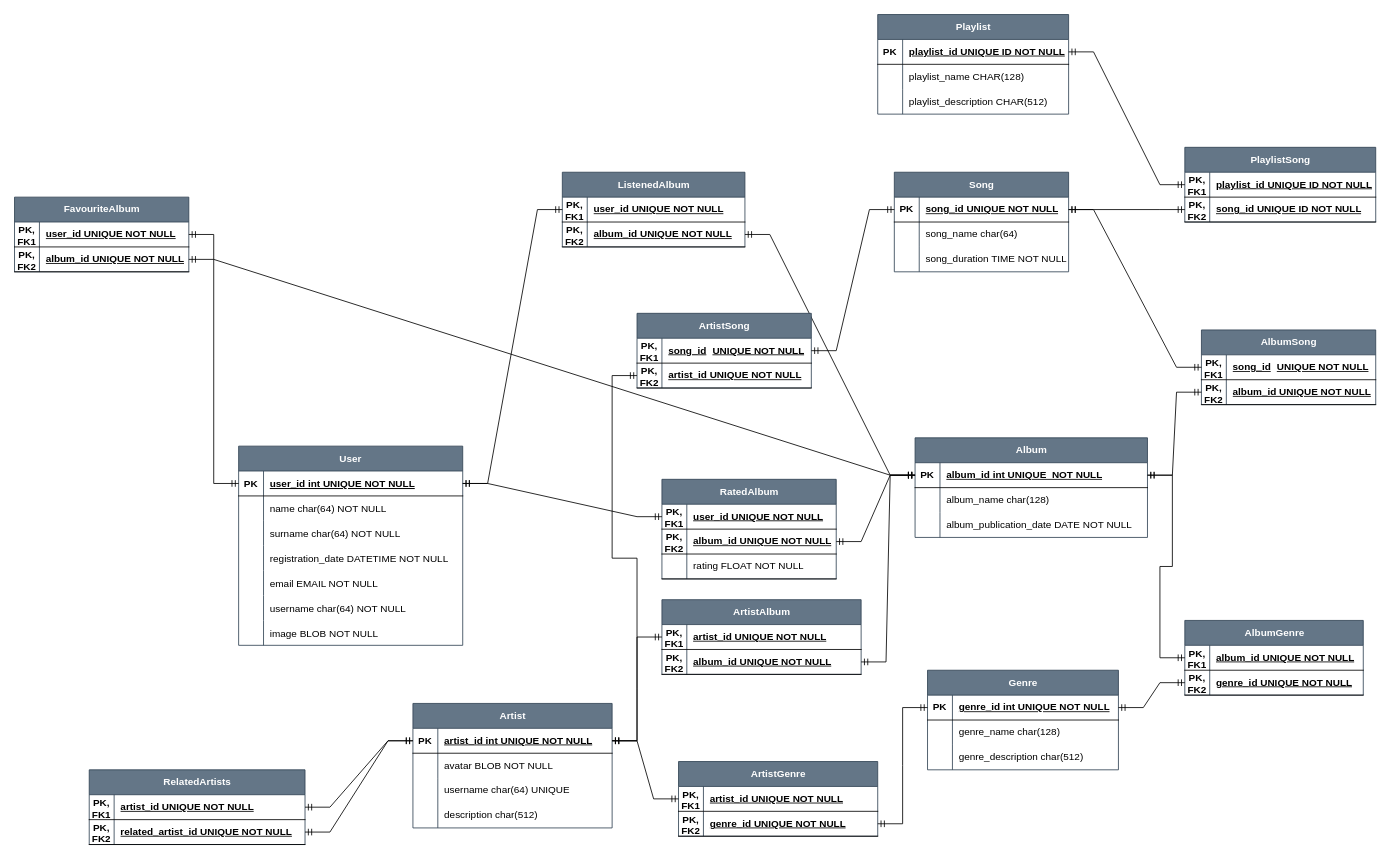
The draw.io diagram docs/ERD-диаграмма.drawio in lefffty/PlaybackJournal, before the edit. Source tidied: cells renumbered, new cells numbered last; positions are measured from the earlier drawing's top-left corner, leaving out a move shared by most shapes. Both pictures are drawn from the tidied source at 83%, with x=0, y=0 at pixel (-110, 14).
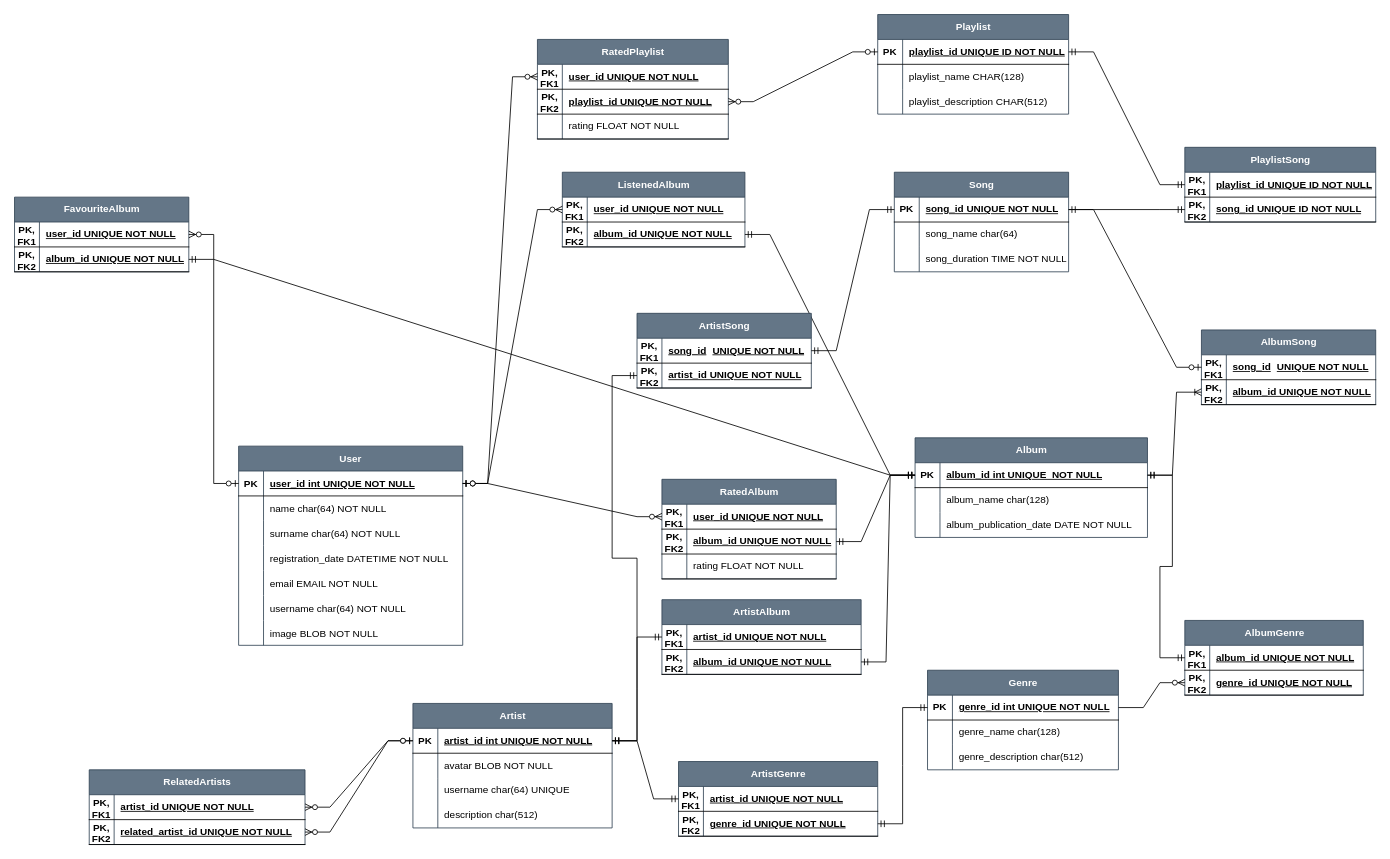
After the change.

The change refers to these unchanged cells:
```xml
<mxCell id="3" style="shape=partialRectangle;fillColor=none;points=[[0,0.5],[1,0.5]];portConstraint=eastwest;top=0;left=0;right=0;bottom=1;" parent="2" vertex="1">
  <mxGeometry y="30" width="270" height="30" as="geometry" />
</mxCell>
<mxCell id="25" style="shape=tableRow;horizontal=0;startSize=0;swimlaneHead=0;swimlaneBody=0;fillColor=none;points=[[0,0.5],[1,0.5]];portConstraint=eastwest;top=0;left=0;right=0;bottom=1;" parent="24" vertex="1">
  <mxGeometry y="30" width="240" height="30" as="geometry" />
</mxCell>
<mxCell id="38" style="shape=tableRow;horizontal=0;startSize=0;swimlaneHead=0;swimlaneBody=0;fillColor=none;points=[[0,0.5],[1,0.5]];portConstraint=eastwest;top=0;left=0;right=0;bottom=1;" parent="37" vertex="1">
  <mxGeometry y="30" width="280" height="30" as="geometry" />
</mxCell>
<mxCell id="48" style="shape=tableRow;horizontal=0;startSize=0;swimlaneHead=0;swimlaneBody=0;fillColor=none;points=[[0,0.5],[1,0.5]];portConstraint=eastwest;top=0;left=0;right=0;bottom=1;" parent="47" vertex="1">
  <mxGeometry y="30" width="230" height="30" as="geometry" />
</mxCell>
<mxCell id="58" style="shape=tableRow;horizontal=0;startSize=0;swimlaneHead=0;swimlaneBody=0;fillColor=none;points=[[0,0.5],[1,0.5]];portConstraint=eastwest;top=0;left=0;right=0;bottom=1;" parent="57" vertex="1">
  <mxGeometry y="30" width="260" height="30" as="geometry" />
</mxCell>
<mxCell id="61" style="shape=tableRow;horizontal=0;startSize=0;swimlaneHead=0;swimlaneBody=0;fillColor=none;points=[[0,0.5],[1,0.5]];portConstraint=eastwest;top=0;left=0;right=0;bottom=1;" parent="57" vertex="1">
  <mxGeometry y="60" width="260" height="30" as="geometry" />
</mxCell>
<mxCell id="75" style="shape=tableRow;horizontal=0;startSize=0;swimlaneHead=0;swimlaneBody=0;fillColor=none;points=[[0,0.5],[1,0.5]];portConstraint=eastwest;top=0;left=0;right=0;bottom=1;" parent="71" vertex="1">
  <mxGeometry y="60" width="215" height="30" as="geometry" />
</mxCell>
<mxCell id="79" style="shape=tableRow;horizontal=0;startSize=0;swimlaneHead=0;swimlaneBody=0;fillColor=none;points=[[0,0.5],[1,0.5]];portConstraint=eastwest;top=0;left=0;right=0;bottom=1;" parent="78" vertex="1">
  <mxGeometry y="30" width="210" height="30" as="geometry" />
</mxCell>
<mxCell id="86" style="shape=tableRow;horizontal=0;startSize=0;swimlaneHead=0;swimlaneBody=0;fillColor=none;points=[[0,0.5],[1,0.5]];portConstraint=eastwest;top=0;left=0;right=0;bottom=1;" parent="85" vertex="1">
  <mxGeometry y="30" width="220" height="30" as="geometry" />
</mxCell>
<mxCell id="93" style="shape=tableRow;horizontal=0;startSize=0;swimlaneHead=0;swimlaneBody=0;fillColor=none;points=[[0,0.5],[1,0.5]];portConstraint=eastwest;top=0;left=0;right=0;bottom=1;" parent="92" vertex="1">
  <mxGeometry y="30" width="210" height="30" as="geometry" />
</mxCell>
<mxCell id="103" style="shape=tableRow;horizontal=0;startSize=0;swimlaneHead=0;swimlaneBody=0;fillColor=none;points=[[0,0.5],[1,0.5]];portConstraint=eastwest;top=0;left=0;right=0;bottom=1;" parent="102" vertex="1">
  <mxGeometry y="30" width="230" height="30" as="geometry" />
</mxCell>
<mxCell id="113" style="shape=tableRow;horizontal=0;startSize=0;swimlaneHead=0;swimlaneBody=0;fillColor=none;points=[[0,0.5],[1,0.5]];portConstraint=eastwest;top=0;left=0;right=0;bottom=1;" parent="112" vertex="1">
  <mxGeometry y="30" width="210" height="30" as="geometry" />
</mxCell>
<mxCell id="138" style="shape=tableRow;horizontal=0;startSize=0;swimlaneHead=0;swimlaneBody=0;fillColor=none;points=[[0,0.5],[1,0.5]];portConstraint=eastwest;top=0;left=0;right=0;bottom=1;" parent="137" vertex="1">
  <mxGeometry y="30" width="210" height="30" as="geometry" />
</mxCell>
<mxCell id="141" style="shape=tableRow;horizontal=0;startSize=0;swimlaneHead=0;swimlaneBody=0;fillColor=none;points=[[0,0.5],[1,0.5]];portConstraint=eastwest;top=0;left=0;right=0;bottom=1;" parent="137" vertex="1">
  <mxGeometry y="60" width="210" height="30" as="geometry" />
</mxCell>
```

Change to the diagram source:
```diff
@@
-    <mxCell id="132" style="edgeStyle=entityRelationEdgeStyle;fontSize=12;html=1;endArrow=ERmandOne;startArrow=ERmandOne;rounded=0;exitX=1;exitY=0.5;exitDx=0;exitDy=0;entryX=0;entryY=0.5;entryDx=0;entryDy=0;" parent="1" edge="1" source="48" target="75">
-      <mxGeometry relative="1" as="geometry" />
-    </mxCell>
-    <mxCell id="133" style="edgeStyle=entityRelationEdgeStyle;fontSize=12;html=1;endArrow=ERmandOne;startArrow=ERmandOne;rounded=0;exitX=1;exitY=0.5;exitDx=0;exitDy=0;entryX=0;entryY=0.5;entryDx=0;entryDy=0;" parent="1" edge="1" source="61" target="25">
-      <mxGeometry relative="1" as="geometry">
-        <Array as="points">
-          <mxPoint x="435" y="950" />
-        </Array>
-      </mxGeometry>
-    </mxCell>
-    <mxCell id="134" style="edgeStyle=entityRelationEdgeStyle;fontSize=12;html=1;endArrow=ERmandOne;startArrow=ERmandOne;rounded=0;exitX=0;exitY=0.5;exitDx=0;exitDy=0;entryX=1;entryY=0.5;entryDx=0;entryDy=0;" parent="1" edge="1" source="25" target="58">
-      <mxGeometry relative="1" as="geometry" />
-    </mxCell>
-    <mxCell id="135" style="edgeStyle=entityRelationEdgeStyle;fontSize=12;html=1;endArrow=ERmandOne;startArrow=ERmandOne;rounded=0;entryX=0;entryY=0.5;entryDx=0;entryDy=0;exitX=1;exitY=0.5;exitDx=0;exitDy=0;" parent="1" edge="1" source="79" target="3">
-      <mxGeometry relative="1" as="geometry">
-        <Array as="points">
-          <mxPoint y="1060" />
-          <mxPoint x="80" y="990" />
-        </Array>
-      </mxGeometry>
-    </mxCell>
-    <mxCell id="136" style="edgeStyle=entityRelationEdgeStyle;fontSize=12;html=1;endArrow=ERmandOne;startArrow=ERmandOne;rounded=0;entryX=0;entryY=0.5;entryDx=0;entryDy=0;exitX=1;exitY=0.5;exitDx=0;exitDy=0;" parent="1" edge="1" source="3" target="86">
-      <mxGeometry relative="1" as="geometry">
-        <Array as="points">
-          <mxPoint x="230" y="1095" />
-          <mxPoint x="310" y="1025" />
-        </Array>
-      </mxGeometry>
-    </mxCell>
@@
-    <mxCell id="144" style="edgeStyle=entityRelationEdgeStyle;fontSize=12;html=1;endArrow=ERmandOne;startArrow=ERmandOne;rounded=0;exitX=1;exitY=0.5;exitDx=0;exitDy=0;entryX=0;entryY=0.5;entryDx=0;entryDy=0;" parent="1" edge="1" source="38" target="141">
-      <mxGeometry relative="1" as="geometry" />
-    </mxCell>
-    <mxCell id="145" style="edgeStyle=entityRelationEdgeStyle;fontSize=12;html=1;endArrow=ERmandOne;startArrow=ERmandOne;rounded=0;exitX=1;exitY=0.5;exitDx=0;exitDy=0;entryX=0;entryY=0.5;entryDx=0;entryDy=0;" parent="1" edge="1" source="113" target="138">
-      <mxGeometry relative="1" as="geometry" />
-    </mxCell>
@@
-    <mxCell id="150" style="edgeStyle=entityRelationEdgeStyle;fontSize=12;html=1;endArrow=ERmandOne;startArrow=ERmandOne;rounded=0;exitX=1;exitY=0.5;exitDx=0;exitDy=0;entryX=0;entryY=0.5;entryDx=0;entryDy=0;" parent="1" edge="1" source="3" target="93">
-      <mxGeometry relative="1" as="geometry" />
-    </mxCell>
@@
+    <mxCell id="170" value="RatedPlaylist" style="shape=table;startSize=30;childLayout=tableLayout;rowLines=0;fontStyle=1;align=center;html=1;fillColor=#647687;fontColor=#ffffff;strokeColor=#314354;" parent="1" vertex="1">
+      <mxGeometry x="780" y="30" width="230" height="120" as="geometry" />
+    </mxCell>
+    <mxCell id="171" style="shape=tableRow;horizontal=0;startSize=0;swimlaneHead=0;swimlaneBody=0;fillColor=none;points=[[0,0.5],[1,0.5]];portConstraint=eastwest;top=0;left=0;right=0;bottom=1;" parent="170" vertex="1">
+      <mxGeometry y="30" width="230" height="30" as="geometry" />
+    </mxCell>
+    <mxCell id="172" value="PK,&lt;div&gt;FK1&lt;/div&gt;" style="shape=partialRectangle;fillColor=none;top=0;left=0;bottom=0;right=0;fontStyle=1;overflow=hidden;whiteSpace=wrap;html=1;" parent="171" vertex="1">
+      <mxGeometry width="30" height="30" as="geometry" />
+    </mxCell>
+    <mxCell id="173" value="user_id UNIQUE NOT NULL" style="shape=partialRectangle;fillColor=none;top=0;left=0;bottom=0;right=0;align=left;spacingLeft=6;fontStyle=5;overflow=hidden;whiteSpace=wrap;html=1;" parent="171" vertex="1">
+      <mxGeometry x="30" width="200" height="30" as="geometry" />
+    </mxCell>
+    <mxCell id="174" style="shape=tableRow;horizontal=0;startSize=0;swimlaneHead=0;swimlaneBody=0;fillColor=none;points=[[0,0.5],[1,0.5]];portConstraint=eastwest;top=0;left=0;right=0;bottom=1;" parent="170" vertex="1">
+      <mxGeometry y="60" width="230" height="30" as="geometry" />
+    </mxCell>
+    <mxCell id="175" value="PK,&lt;div&gt;FK2&lt;/div&gt;" style="shape=partialRectangle;fillColor=none;top=0;left=0;bottom=0;right=0;fontStyle=1;overflow=hidden;whiteSpace=wrap;html=1;" parent="174" vertex="1">
+      <mxGeometry width="30" height="30" as="geometry" />
+    </mxCell>
+    <mxCell id="176" value="playlist_id UNIQUE NOT NULL" style="shape=partialRectangle;fillColor=none;top=0;left=0;bottom=0;right=0;align=left;spacingLeft=6;fontStyle=5;overflow=hidden;whiteSpace=wrap;html=1;" parent="174" vertex="1">
+      <mxGeometry x="30" width="200" height="30" as="geometry" />
+    </mxCell>
+    <mxCell id="177" style="shape=tableRow;horizontal=0;startSize=0;swimlaneHead=0;swimlaneBody=0;fillColor=none;top=0;left=0;right=0;bottom=1;" parent="170" vertex="1">
+      <mxGeometry y="90" width="230" height="30" as="geometry" />
+    </mxCell>
+    <mxCell id="178" style="shape=partialRectangle;fillColor=none;top=0;left=0;bottom=0;right=0;fontStyle=0;overflow=hidden;whiteSpace=wrap;html=1;" parent="177" vertex="1">
+      <mxGeometry width="30" height="30" as="geometry" />
+    </mxCell>
+    <mxCell id="179" value="rating FLOAT NOT NULL" style="shape=partialRectangle;fillColor=none;top=0;left=0;bottom=0;right=0;align=left;spacingLeft=6;fontStyle=0;overflow=hidden;whiteSpace=wrap;html=1;" parent="177" vertex="1">
+      <mxGeometry x="30" width="200" height="30" as="geometry" />
+    </mxCell>
+    <mxCell id="136" style="edgeStyle=entityRelationEdgeStyle;fontSize=12;html=1;endArrow=ERzeroToMany;startArrow=ERzeroToOne;rounded=0;entryX=0;entryY=0.5;entryDx=0;entryDy=0;exitX=1;exitY=0.5;exitDx=0;exitDy=0;" parent="1" edge="1" source="3" target="86">
+      <mxGeometry relative="1" as="geometry" />
+    </mxCell>
+    <mxCell id="180" style="edgeStyle=entityRelationEdgeStyle;fontSize=12;html=1;endArrow=ERzeroToMany;startArrow=ERzeroToOne;rounded=0;entryX=1;entryY=0.5;entryDx=0;entryDy=0;exitX=0;exitY=0.5;exitDx=0;exitDy=0;" parent="1" edge="1" source="3" target="79">
+      <mxGeometry relative="1" as="geometry" />
+    </mxCell>
+    <mxCell id="150" style="edgeStyle=entityRelationEdgeStyle;fontSize=12;html=1;endArrow=ERzeroToMany;startArrow=ERzeroToOne;rounded=0;entryX=0;entryY=0.5;entryDx=0;entryDy=0;exitX=1;exitY=0.5;exitDx=0;exitDy=0;" parent="1" edge="1" source="3" target="93">
+      <mxGeometry relative="1" as="geometry" />
+    </mxCell>
+    <mxCell id="144" style="edgeStyle=entityRelationEdgeStyle;fontSize=12;html=1;endArrow=ERoneToMany;startArrow=ERmandOne;rounded=0;entryX=0;entryY=0.5;entryDx=0;entryDy=0;exitX=1;exitY=0.5;exitDx=0;exitDy=0;" parent="1" edge="1" source="38" target="141">
+      <mxGeometry relative="1" as="geometry" />
+    </mxCell>
+    <mxCell id="145" style="edgeStyle=entityRelationEdgeStyle;fontSize=12;html=1;endArrow=ERzeroToOne;endFill=1;rounded=0;exitX=1;exitY=0.5;exitDx=0;exitDy=0;entryX=0;entryY=0.5;entryDx=0;entryDy=0;" parent="1" edge="1" source="113" target="138">
+      <mxGeometry relative="1" as="geometry" />
+    </mxCell>
+    <mxCell id="181" style="edgeStyle=entityRelationEdgeStyle;fontSize=12;html=1;endArrow=ERzeroToMany;startArrow=ERzeroToOne;rounded=0;entryX=0;entryY=0.5;entryDx=0;entryDy=0;exitX=1;exitY=0.5;exitDx=0;exitDy=0;" parent="1" edge="1" source="3" target="171">
+      <mxGeometry relative="1" as="geometry" />
+    </mxCell>
+    <mxCell id="182" style="edgeStyle=entityRelationEdgeStyle;fontSize=12;html=1;endArrow=ERzeroToMany;startArrow=ERzeroToOne;rounded=0;entryX=1;entryY=0.5;entryDx=0;entryDy=0;exitX=0;exitY=0.5;exitDx=0;exitDy=0;" parent="1" edge="1" source="103" target="174">
+      <mxGeometry relative="1" as="geometry" />
+    </mxCell>
+    <mxCell id="134" style="edgeStyle=entityRelationEdgeStyle;fontSize=12;html=1;endArrow=ERzeroToMany;startArrow=ERzeroToOne;rounded=0;exitX=0;exitY=0.5;exitDx=0;exitDy=0;entryX=1;entryY=0.5;entryDx=0;entryDy=0;" parent="1" edge="1" source="25" target="58">
+      <mxGeometry relative="1" as="geometry" />
+    </mxCell>
+    <mxCell id="183" style="edgeStyle=entityRelationEdgeStyle;fontSize=12;html=1;endArrow=ERzeroToMany;startArrow=ERzeroToOne;rounded=0;exitX=0;exitY=0.5;exitDx=0;exitDy=0;entryX=1;entryY=0.5;entryDx=0;entryDy=0;" parent="1" edge="1" source="25" target="61">
+      <mxGeometry relative="1" as="geometry" />
+    </mxCell>
+    <mxCell id="132" style="edgeStyle=entityRelationEdgeStyle;fontSize=12;html=1;endArrow=ERzeroToMany;endFill=1;rounded=0;exitX=1;exitY=0.5;exitDx=0;exitDy=0;entryX=0;entryY=0.5;entryDx=0;entryDy=0;" parent="1" edge="1" source="48" target="75">
+      <mxGeometry relative="1" as="geometry" />
+    </mxCell>
```
